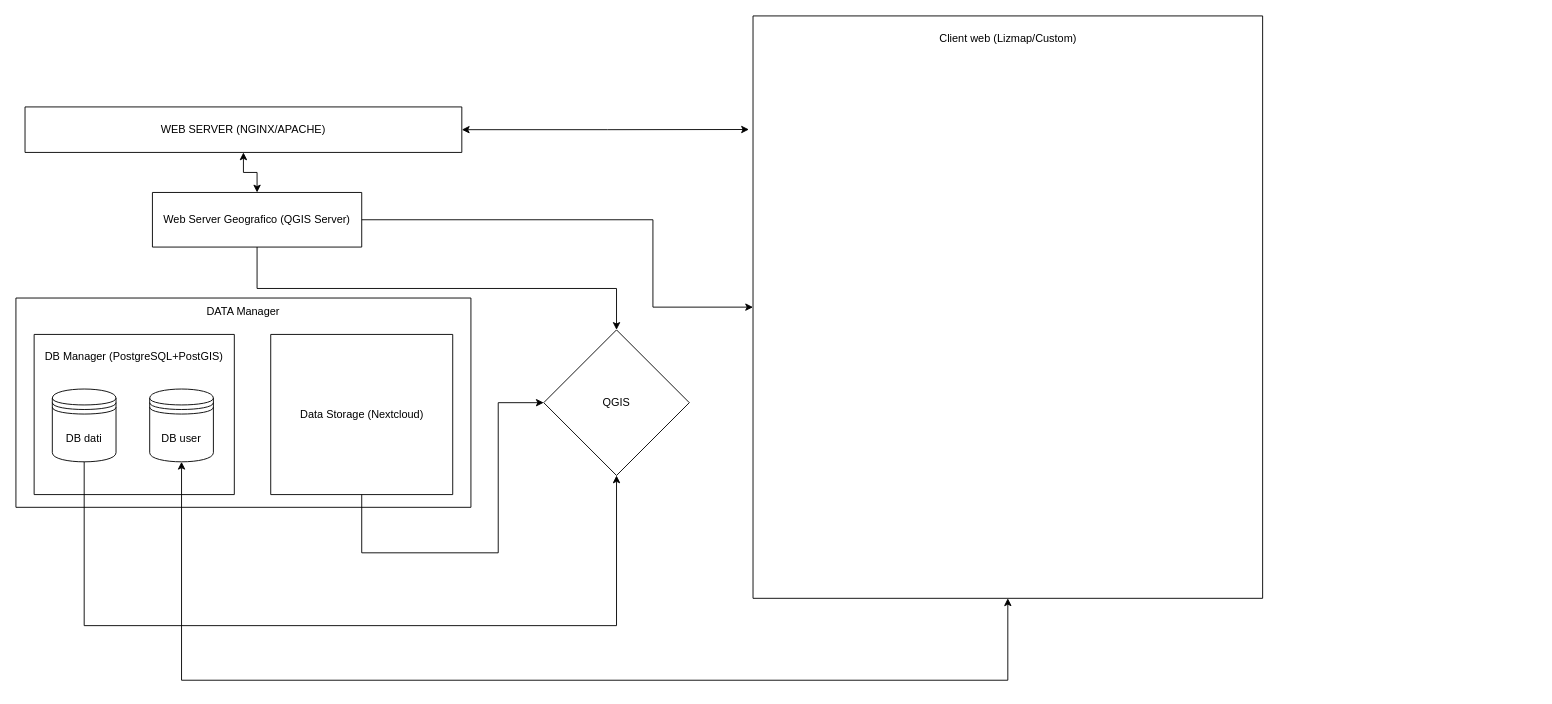
Before: Diagramma senza titolo.drawio in gtergeomatica/mappe_online, a draw.io diagram. Source tidied: cells renumbered, new cells numbered last; positions are measured from the earlier drawing's top-left corner, leaving out a move shared by most shapes. Both pictures are drawn from the tidied source at 91%, with x=0, y=0 at pixel (15, 15).
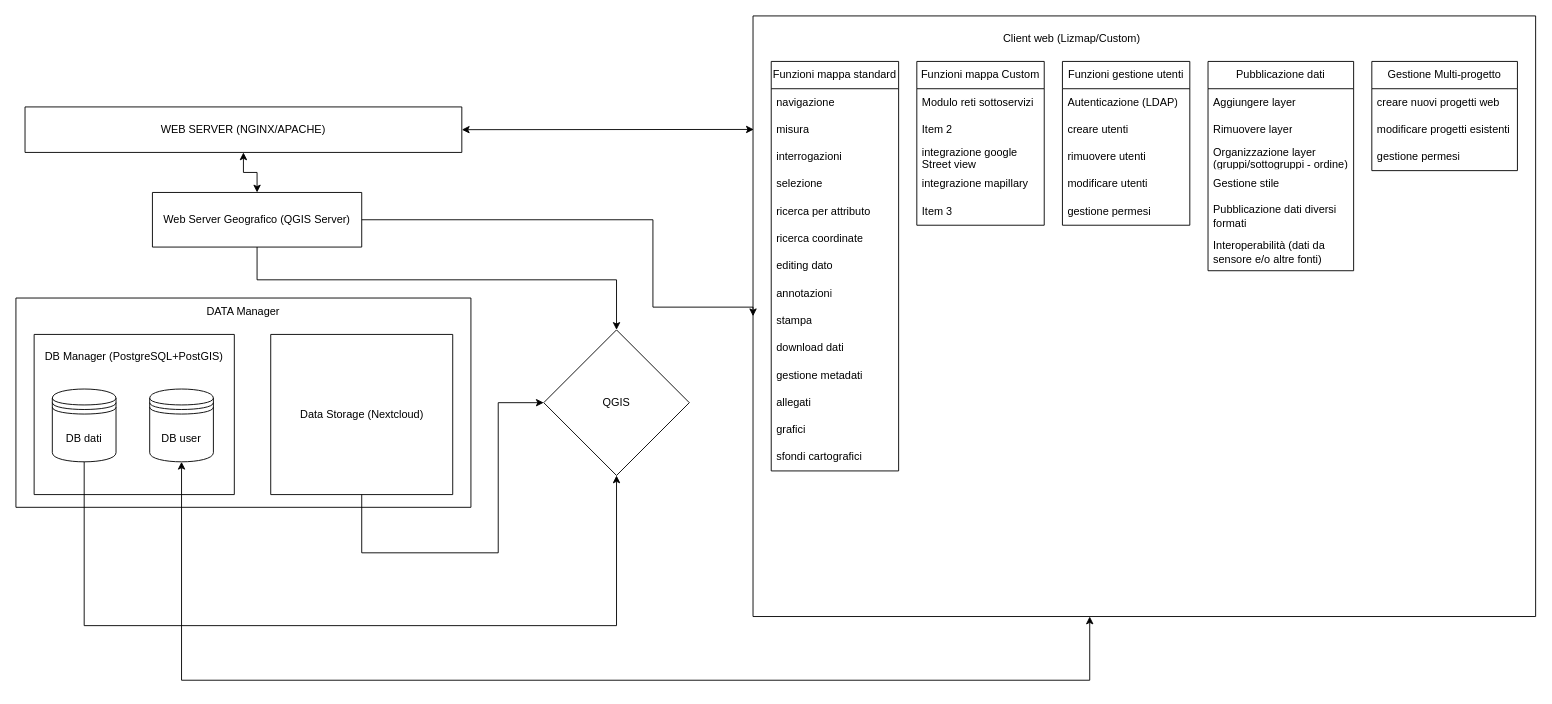
The same page after the edit.

The change refers to these unchanged cells:
```xml
<mxCell id="3" style="swimlane;startSize=0;" parent="1" vertex="1">
  <mxGeometry x="10" y="100" width="480" height="50" as="geometry" />
</mxCell>
<mxCell id="7" style="swimlane;startSize=0;" parent="1" vertex="1">
  <mxGeometry x="150" y="194" width="230" height="60" as="geometry" />
</mxCell>
<mxCell id="15" style="shape=datastore;whiteSpace=wrap;html=1;" parent="12" vertex="1">
  <mxGeometry x="127" y="60" width="70" height="80" as="geometry" />
</mxCell>
<mxCell id="21" value="QGIS" style="rhombus;whiteSpace=wrap;html=1;" parent="1" vertex="1">
  <mxGeometry x="580" y="345" width="160" height="160" as="geometry" />
</mxCell>
```

Change to the diagram source:
```diff
@@
     <mxCell id="5" style="edgeStyle=orthogonalEdgeStyle;rounded=0;jettySize=auto;html=1;exitX=0.5;exitY=1;exitDx=0;exitDy=0;entryX=0.5;entryY=0;entryDx=0;entryDy=0;" parent="1" edge="1" source="7" target="21">
-      <mxGeometry relative="1" as="geometry" />
+      <mxGeometry relative="1" as="geometry">
+        <Array as="points">
+          <mxPoint x="265" y="290" />
+          <mxPoint x="660" y="290" />
+        </Array>
+      </mxGeometry>
     </mxCell>
@@
     <mxCell id="19" style="swimlane;startSize=0;" parent="1" vertex="1">
-      <mxGeometry x="810" width="560" height="640" as="geometry" />
+      <mxGeometry x="810" width="860" height="660" as="geometry" />
     </mxCell>
     <mxCell id="20" value="Client web (Lizmap/Custom)" style="text;html=1;align=center;verticalAlign=middle;strokeColor=none;fillColor=none;" parent="19" vertex="1">
-      <mxGeometry x="195" y="10" width="170" height="30" as="geometry" />
+      <mxGeometry x="265" y="10" width="170" height="30" as="geometry" />
     </mxCell>
+    <mxCell id="26" value="Funzioni mappa standard" style="swimlane;fontStyle=0;horizontal=1;startSize=30;whiteSpace=wrap;html=1;" parent="19" vertex="1">
+      <mxGeometry x="20" y="50" width="140" height="450" as="geometry" />
+    </mxCell>
+    <mxCell id="27" value="navigazione" style="text;strokeColor=none;fillColor=none;align=left;verticalAlign=middle;spacingLeft=4;spacingRight=4;overflow=hidden;whiteSpace=wrap;html=1;" parent="26" vertex="1">
+      <mxGeometry y="30" width="140" height="30" as="geometry" />
+    </mxCell>
+    <mxCell id="28" value="misura" style="text;strokeColor=none;fillColor=none;align=left;verticalAlign=middle;spacingLeft=4;spacingRight=4;overflow=hidden;whiteSpace=wrap;html=1;" parent="26" vertex="1">
+      <mxGeometry y="60" width="140" height="30" as="geometry" />
+    </mxCell>
+    <mxCell id="29" value="interrogazioni" style="text;strokeColor=none;fillColor=none;align=left;verticalAlign=middle;spacingLeft=4;spacingRight=4;overflow=hidden;whiteSpace=wrap;html=1;" parent="26" vertex="1">
+      <mxGeometry y="90" width="140" height="30" as="geometry" />
+    </mxCell>
+    <mxCell id="30" value="selezione" style="text;strokeColor=none;fillColor=none;align=left;verticalAlign=middle;spacingLeft=4;spacingRight=4;overflow=hidden;whiteSpace=wrap;html=1;" parent="26" vertex="1">
+      <mxGeometry y="120" width="140" height="30" as="geometry" />
+    </mxCell>
+    <mxCell id="31" value="ricerca per attributo" style="text;strokeColor=none;fillColor=none;align=left;verticalAlign=middle;spacingLeft=4;spacingRight=4;overflow=hidden;whiteSpace=wrap;html=1;" parent="26" vertex="1">
+      <mxGeometry y="150" width="140" height="30" as="geometry" />
+    </mxCell>
+    <mxCell id="32" value="ricerca coordinate" style="text;strokeColor=none;fillColor=none;align=left;verticalAlign=middle;spacingLeft=4;spacingRight=4;overflow=hidden;whiteSpace=wrap;html=1;" parent="26" vertex="1">
+      <mxGeometry y="180" width="140" height="30" as="geometry" />
+    </mxCell>
+    <mxCell id="33" value="editing dato" style="text;strokeColor=none;fillColor=none;align=left;verticalAlign=middle;spacingLeft=4;spacingRight=4;overflow=hidden;whiteSpace=wrap;html=1;" parent="26" vertex="1">
+      <mxGeometry y="210" width="140" height="30" as="geometry" />
+    </mxCell>
+    <mxCell id="34" value="annotazioni" style="text;strokeColor=none;fillColor=none;align=left;verticalAlign=middle;spacingLeft=4;spacingRight=4;overflow=hidden;whiteSpace=wrap;html=1;" parent="26" vertex="1">
+      <mxGeometry y="240" width="140" height="30" as="geometry" />
+    </mxCell>
+    <mxCell id="35" value="stampa" style="text;strokeColor=none;fillColor=none;align=left;verticalAlign=middle;spacingLeft=4;spacingRight=4;overflow=hidden;whiteSpace=wrap;html=1;" parent="26" vertex="1">
+      <mxGeometry y="270" width="140" height="30" as="geometry" />
+    </mxCell>
+    <mxCell id="36" value="download dati" style="text;strokeColor=none;fillColor=none;align=left;verticalAlign=middle;spacingLeft=4;spacingRight=4;overflow=hidden;whiteSpace=wrap;html=1;" parent="26" vertex="1">
+      <mxGeometry y="300" width="140" height="30" as="geometry" />
+    </mxCell>
+    <mxCell id="37" value="gestione metadati" style="text;strokeColor=none;fillColor=none;align=left;verticalAlign=middle;spacingLeft=4;spacingRight=4;overflow=hidden;whiteSpace=wrap;html=1;" parent="26" vertex="1">
+      <mxGeometry y="330" width="140" height="30" as="geometry" />
+    </mxCell>
+    <mxCell id="38" value="allegati" style="text;strokeColor=none;fillColor=none;align=left;verticalAlign=middle;spacingLeft=4;spacingRight=4;overflow=hidden;whiteSpace=wrap;html=1;" parent="26" vertex="1">
+      <mxGeometry y="360" width="140" height="30" as="geometry" />
+    </mxCell>
+    <mxCell id="39" value="grafici" style="text;strokeColor=none;fillColor=none;align=left;verticalAlign=middle;spacingLeft=4;spacingRight=4;overflow=hidden;whiteSpace=wrap;html=1;" parent="26" vertex="1">
+      <mxGeometry y="390" width="140" height="30" as="geometry" />
+    </mxCell>
+    <mxCell id="40" value="sfondi cartografici" style="text;strokeColor=none;fillColor=none;align=left;verticalAlign=middle;spacingLeft=4;spacingRight=4;overflow=hidden;whiteSpace=wrap;html=1;" parent="26" vertex="1">
+      <mxGeometry y="420" width="140" height="30" as="geometry" />
+    </mxCell>
+    <mxCell id="41" value="Funzioni gestione utenti" style="swimlane;fontStyle=0;horizontal=1;startSize=30;whiteSpace=wrap;html=1;" parent="19" vertex="1">
+      <mxGeometry x="340" y="50" width="140" height="180" as="geometry" />
+    </mxCell>
+    <mxCell id="42" value="Autenticazione (LDAP)" style="text;strokeColor=none;fillColor=none;align=left;verticalAlign=middle;spacingLeft=4;spacingRight=4;overflow=hidden;whiteSpace=wrap;html=1;" parent="41" vertex="1">
+      <mxGeometry y="30" width="140" height="30" as="geometry" />
+    </mxCell>
+    <mxCell id="43" value="creare utenti" style="text;strokeColor=none;fillColor=none;align=left;verticalAlign=middle;spacingLeft=4;spacingRight=4;overflow=hidden;whiteSpace=wrap;html=1;" parent="41" vertex="1">
+      <mxGeometry y="60" width="140" height="30" as="geometry" />
+    </mxCell>
+    <mxCell id="44" value="rimuovere utenti" style="text;strokeColor=none;fillColor=none;align=left;verticalAlign=middle;spacingLeft=4;spacingRight=4;overflow=hidden;whiteSpace=wrap;html=1;" parent="41" vertex="1">
+      <mxGeometry y="90" width="140" height="30" as="geometry" />
+    </mxCell>
+    <mxCell id="45" value="modificare utenti" style="text;strokeColor=none;fillColor=none;align=left;verticalAlign=middle;spacingLeft=4;spacingRight=4;overflow=hidden;whiteSpace=wrap;html=1;" parent="41" vertex="1">
+      <mxGeometry y="120" width="140" height="30" as="geometry" />
+    </mxCell>
+    <mxCell id="46" value="gestione permesi" style="text;strokeColor=none;fillColor=none;align=left;verticalAlign=middle;spacingLeft=4;spacingRight=4;overflow=hidden;whiteSpace=wrap;html=1;" parent="41" vertex="1">
+      <mxGeometry y="150" width="140" height="30" as="geometry" />
+    </mxCell>
+    <mxCell id="47" value="Gestione Multi-progetto" style="swimlane;fontStyle=0;horizontal=1;startSize=30;whiteSpace=wrap;html=1;" parent="19" vertex="1">
+      <mxGeometry x="680" y="50" width="160" height="120" as="geometry" />
+    </mxCell>
+    <mxCell id="48" value="creare nuovi progetti web" style="text;strokeColor=none;fillColor=none;align=left;verticalAlign=middle;spacingLeft=4;spacingRight=4;overflow=hidden;whiteSpace=wrap;html=1;" parent="47" vertex="1">
+      <mxGeometry y="30" width="160" height="30" as="geometry" />
+    </mxCell>
+    <mxCell id="49" value="modificare progetti esistenti" style="text;strokeColor=none;fillColor=none;align=left;verticalAlign=middle;spacingLeft=4;spacingRight=4;overflow=hidden;whiteSpace=wrap;html=1;" parent="47" vertex="1">
+      <mxGeometry y="60" width="160" height="30" as="geometry" />
+    </mxCell>
+    <mxCell id="50" value="gestione permesi" style="text;strokeColor=none;fillColor=none;align=left;verticalAlign=middle;spacingLeft=4;spacingRight=4;overflow=hidden;whiteSpace=wrap;html=1;" parent="47" vertex="1">
+      <mxGeometry y="90" width="160" height="30" as="geometry" />
+    </mxCell>
+    <mxCell id="51" value="Pubblicazione dati" style="swimlane;fontStyle=0;horizontal=1;startSize=30;whiteSpace=wrap;html=1;" parent="19" vertex="1">
+      <mxGeometry x="500" y="50" width="160" height="230" as="geometry" />
+    </mxCell>
+    <mxCell id="52" value="Aggiungere layer" style="text;strokeColor=none;fillColor=none;align=left;verticalAlign=middle;spacingLeft=4;spacingRight=4;overflow=hidden;whiteSpace=wrap;html=1;" parent="51" vertex="1">
+      <mxGeometry y="30" width="160" height="30" as="geometry" />
+    </mxCell>
+    <mxCell id="53" value="Rimuovere layer" style="text;strokeColor=none;fillColor=none;align=left;verticalAlign=middle;spacingLeft=4;spacingRight=4;overflow=hidden;whiteSpace=wrap;html=1;" parent="51" vertex="1">
+      <mxGeometry y="60" width="160" height="30" as="geometry" />
+    </mxCell>
+    <mxCell id="54" value="Organizzazione layer (gruppi/sottogruppi - ordine)" style="text;strokeColor=none;fillColor=none;align=left;verticalAlign=middle;spacingLeft=4;spacingRight=4;overflow=hidden;whiteSpace=wrap;html=1;" parent="51" vertex="1">
+      <mxGeometry y="90" width="160" height="30" as="geometry" />
+    </mxCell>
+    <mxCell id="55" value="Gestione stile" style="text;strokeColor=none;fillColor=none;align=left;verticalAlign=middle;spacingLeft=4;spacingRight=4;overflow=hidden;whiteSpace=wrap;html=1;" parent="51" vertex="1">
+      <mxGeometry y="120" width="160" height="30" as="geometry" />
+    </mxCell>
+    <mxCell id="56" value="Pubblicazione dati diversi formati" style="text;strokeColor=none;fillColor=none;align=left;verticalAlign=middle;spacingLeft=4;spacingRight=4;overflow=hidden;whiteSpace=wrap;html=1;" parent="51" vertex="1">
+      <mxGeometry y="150" width="160" height="40" as="geometry" />
+    </mxCell>
+    <mxCell id="57" value="Interoperabilità (dati da sensore e/o altre fonti)" style="text;strokeColor=none;fillColor=none;align=left;verticalAlign=middle;spacingLeft=4;spacingRight=4;overflow=hidden;whiteSpace=wrap;html=1;" parent="51" vertex="1">
+      <mxGeometry y="190" width="160" height="40" as="geometry" />
+    </mxCell>
+    <mxCell id="58" value="Funzioni mappa Custom" style="swimlane;fontStyle=0;horizontal=1;startSize=30;whiteSpace=wrap;html=1;" parent="19" vertex="1">
+      <mxGeometry x="180" y="50" width="140" height="180" as="geometry" />
+    </mxCell>
+    <mxCell id="59" value="Modulo reti sottoservizi" style="text;strokeColor=none;fillColor=none;align=left;verticalAlign=middle;spacingLeft=4;spacingRight=4;overflow=hidden;whiteSpace=wrap;html=1;" parent="58" vertex="1">
+      <mxGeometry y="30" width="140" height="30" as="geometry" />
+    </mxCell>
+    <mxCell id="60" value="Item 2" style="text;strokeColor=none;fillColor=none;align=left;verticalAlign=middle;spacingLeft=4;spacingRight=4;overflow=hidden;whiteSpace=wrap;html=1;" parent="58" vertex="1">
+      <mxGeometry y="60" width="140" height="30" as="geometry" />
+    </mxCell>
+    <mxCell id="61" value="integrazione google Street view" style="text;strokeColor=none;fillColor=none;align=left;verticalAlign=middle;spacingLeft=4;spacingRight=4;overflow=hidden;whiteSpace=wrap;html=1;" parent="58" vertex="1">
+      <mxGeometry y="90" width="140" height="30" as="geometry" />
+    </mxCell>
+    <mxCell id="62" value="integrazione mapillary" style="text;strokeColor=none;fillColor=none;align=left;verticalAlign=middle;spacingLeft=4;spacingRight=4;overflow=hidden;whiteSpace=wrap;html=1;" parent="58" vertex="1">
+      <mxGeometry y="120" width="140" height="30" as="geometry" />
+    </mxCell>
+    <mxCell id="63" value="Item 3" style="text;strokeColor=none;fillColor=none;align=left;verticalAlign=middle;spacingLeft=4;spacingRight=4;overflow=hidden;whiteSpace=wrap;html=1;" parent="58" vertex="1">
+      <mxGeometry y="150" width="140" height="30" as="geometry" />
+    </mxCell>
@@
-    <mxCell id="24" style="edgeStyle=orthogonalEdgeStyle;rounded=0;jettySize=auto;html=1;exitX=0.5;exitY=1;exitDx=0;exitDy=0;entryX=0.5;entryY=1;entryDx=0;entryDy=0;startArrow=classic;startFill=1;" parent="1" edge="1" source="15" target="19">
+    <mxCell id="24" style="edgeStyle=orthogonalEdgeStyle;rounded=0;jettySize=auto;html=1;exitX=0.5;exitY=1;exitDx=0;exitDy=0;startArrow=classic;startFill=1;" parent="1" edge="1" source="15">
       <mxGeometry relative="1" as="geometry">
+        <mxPoint x="1180" y="660" as="targetPoint" />
         <Array as="points">
           <mxPoint x="182" y="730" />
-          <mxPoint x="1090" y="730" />
+          <mxPoint x="1180" y="730" />
         </Array>
       </mxGeometry>
     </mxCell>
-    <mxCell id="25" style="edgeStyle=orthogonalEdgeStyle;rounded=0;jettySize=auto;html=1;exitX=1;exitY=0.5;exitDx=0;exitDy=0;entryX=-0.008;entryY=0.195;entryDx=0;entryDy=0;entryPerimeter=0;startArrow=classic;startFill=1;" parent="1" edge="1" source="3" target="19">
+    <mxCell id="25" style="edgeStyle=none;rounded=0;jettySize=auto;html=1;exitX=1;exitY=0.5;exitDx=0;exitDy=0;entryX=0.001;entryY=0.189;entryDx=0;entryDy=0;entryPerimeter=0;startArrow=classic;startFill=1;" parent="1" edge="1" source="3" target="19">
       <mxGeometry relative="1" as="geometry" />
     </mxCell>
```
